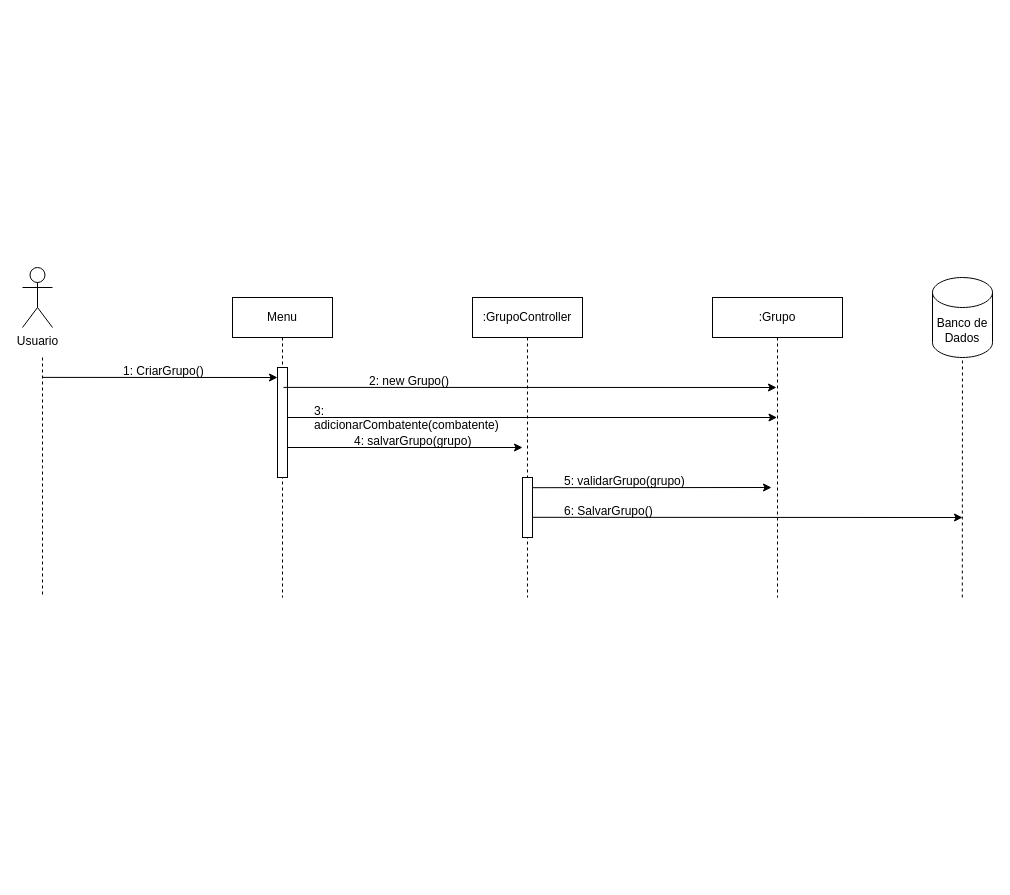
Earlier version of the draw.io diagram Diagramas - Entrega 1/Diagramas de Sequência/Diagrama_sequência_criar_grupo.drawio.xml (vaniacourses/trabalho-pratico-time-rpg). Source tidied: cells renumbered, new cells numbered last; positions are measured from the earlier drawing's top-left corner, leaving out a move shared by most shapes. Both pictures are drawn from the tidied source at 100%, with x=0, y=0 at pixel (22, 267).
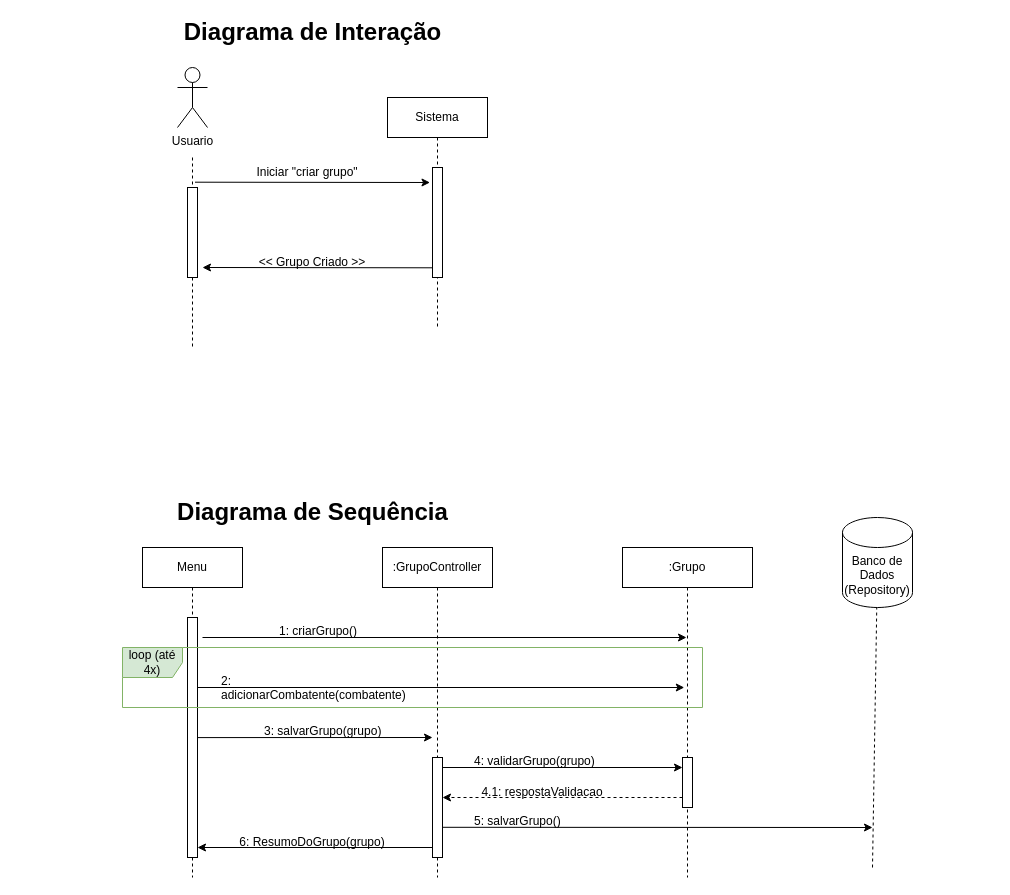
After the change.

Change to the diagram source:
```diff
@@
-    <mxCell id="2" style="edgeStyle=elbowEdgeStyle;rounded=0;jettySize=auto;html=1;elbow=vertical;curved=0;" parent="1" edge="1" target="7">
+    <mxCell id="2" style="edgeStyle=elbowEdgeStyle;rounded=0;orthogonalLoop=1;jettySize=auto;html=1;elbow=vertical;curved=0;" parent="1" edge="1">
       <mxGeometry relative="1" as="geometry">
-        <mxPoint x="261" y="150" as="sourcePoint" />
+        <mxPoint x="168.2" y="420" as="sourcePoint" />
+        <mxPoint x="661.8" y="419.9" as="targetPoint" />
       </mxGeometry>
     </mxCell>
     <mxCell id="3" value=":GrupoController" style="shape=umlLifeline;perimeter=lifelinePerimeter;whiteSpace=wrap;html=1;newEdgeStyle={&quot;edgeStyle&quot;:&quot;elbowEdgeStyle&quot;,&quot;elbow&quot;:&quot;vertical&quot;,&quot;curved&quot;:0,&quot;rounded&quot;:0};" parent="1" vertex="1">
-      <mxGeometry x="450" y="30" width="110" height="300" as="geometry" />
+      <mxGeometry x="360" y="280" width="110" height="330" as="geometry" />
     </mxCell>
     <mxCell id="4" style="html=1;points=[];perimeter=orthogonalPerimeter;outlineConnect=0;targetShapes=umlLifeline;portConstraint=eastwest;newEdgeStyle={&quot;edgeStyle&quot;:&quot;elbowEdgeStyle&quot;,&quot;elbow&quot;:&quot;vertical&quot;,&quot;curved&quot;:0,&quot;rounded&quot;:0};" parent="3" vertex="1">
-      <mxGeometry x="50" y="180" width="10" height="60" as="geometry" />
+      <mxGeometry x="50" y="210" width="10" height="100" as="geometry" />
     </mxCell>
     <mxCell id="5" value="Menu" style="shape=umlLifeline;perimeter=lifelinePerimeter;whiteSpace=wrap;html=1;newEdgeStyle={&quot;edgeStyle&quot;:&quot;elbowEdgeStyle&quot;,&quot;elbow&quot;:&quot;vertical&quot;,&quot;curved&quot;:0,&quot;rounded&quot;:0};" parent="1" vertex="1">
-      <mxGeometry x="210" y="30" width="100" height="300" as="geometry" />
+      <mxGeometry x="120" y="280" width="100" height="330" as="geometry" />
     </mxCell>
     <mxCell id="6" style="html=1;points=[];perimeter=orthogonalPerimeter;outlineConnect=0;targetShapes=umlLifeline;portConstraint=eastwest;newEdgeStyle={&quot;edgeStyle&quot;:&quot;elbowEdgeStyle&quot;,&quot;elbow&quot;:&quot;vertical&quot;,&quot;curved&quot;:0,&quot;rounded&quot;:0};" parent="5" vertex="1">
-      <mxGeometry x="45" y="70" width="10" height="110" as="geometry" />
+      <mxGeometry x="45" y="70" width="10" height="240" as="geometry" />
     </mxCell>
     <mxCell id="7" value=":Grupo" style="shape=umlLifeline;perimeter=lifelinePerimeter;whiteSpace=wrap;html=1;outlineConnect=0;portConstraint=eastwest;newEdgeStyle={&quot;edgeStyle&quot;:&quot;elbowEdgeStyle&quot;,&quot;elbow&quot;:&quot;vertical&quot;,&quot;curved&quot;:0,&quot;rounded&quot;:0};" parent="1" vertex="1">
-      <mxGeometry x="690" y="30" width="130" height="300" as="geometry" />
+      <mxGeometry x="600" y="280" width="130" height="330" as="geometry" />
     </mxCell>
+    <mxCell id="23" style="html=1;perimeter=orthogonalPerimeter;targetShapes=umlLifeline;newEdgeStyle={&quot;edgeStyle&quot;:&quot;elbowEdgeStyle&quot;,&quot;elbow&quot;:&quot;vertical&quot;,&quot;curved&quot;:0,&quot;rounded&quot;:0};" parent="7" vertex="1">
+      <mxGeometry x="60" y="210" width="10" height="50" as="geometry" />
+    </mxCell>
     <mxCell id="8" value="Usuario" style="shape=umlActor;verticalLabelPosition=bottom;verticalAlign=top;html=1;" parent="1" vertex="1">
-      <mxGeometry width="30" height="60" as="geometry" />
+      <mxGeometry x="155" y="-200" width="30" height="60" as="geometry" />
     </mxCell>
-    <mxCell id="9" style="endArrow=none;dashed=1;endFill=0;endSize=12;html=1;rounded=0;startFill=0;" parent="1" edge="1">
-      <mxGeometry relative="1" as="geometry">
-        <mxPoint x="20" y="90" as="sourcePoint" />
-        <mxPoint x="20" y="330" as="targetPoint" />
-        <Array as="points">
-          <mxPoint x="20" y="200" />
-        </Array>
-      </mxGeometry>
-    </mxCell>
-    <mxCell id="10" value="2: new Grupo()" style="text;whiteSpace=wrap;html=1;" parent="1" vertex="1">
-      <mxGeometry x="345" y="100" width="90" height="40" as="geometry" />
+    <mxCell id="10" value="1: criarGrupo()" style="text;whiteSpace=wrap;html=1;" parent="1" vertex="1">
+      <mxGeometry x="255" y="350" width="90" height="40" as="geometry" />
     </mxCell>
-    <mxCell id="11" value="3: adicionarCombatente(combatente)" style="text;whiteSpace=wrap;html=1;" parent="1" vertex="1">
-      <mxGeometry x="290" y="130" width="200" height="40" as="geometry" />
+    <mxCell id="11" value="2: adicionarCombatente(combatente)" style="text;whiteSpace=wrap;html=1;" parent="1" vertex="1">
+      <mxGeometry x="197.2" y="400" width="200" height="40" as="geometry" />
     </mxCell>
-    <mxCell id="12" style="edgeStyle=elbowEdgeStyle;rounded=0;jettySize=auto;html=1;elbow=vertical;curved=0;" parent="1" edge="1" source="6">
+    <mxCell id="12" style="edgeStyle=elbowEdgeStyle;rounded=0;orthogonalLoop=1;jettySize=auto;html=1;elbow=vertical;curved=0;" parent="1" edge="1">
       <mxGeometry relative="1" as="geometry">
-        <mxPoint x="500" y="180" as="targetPoint" />
+        <mxPoint x="175" y="470.1" as="sourcePoint" />
+        <mxPoint x="410" y="470" as="targetPoint" />
       </mxGeometry>
     </mxCell>
-    <mxCell id="13" value="4: salvarGrupo(grupo)" style="text;whiteSpace=wrap;html=1;" parent="1" vertex="1">
-      <mxGeometry x="330" y="160" width="120" height="40" as="geometry" />
+    <mxCell id="13" value="3: salvarGrupo(grupo)" style="text;whiteSpace=wrap;html=1;" parent="1" vertex="1">
+      <mxGeometry x="240" y="450" width="120" height="40" as="geometry" />
     </mxCell>
     <mxCell id="14" style="edgeStyle=elbowEdgeStyle;rounded=0;orthogonalLoop=1;jettySize=auto;html=1;elbow=vertical;curved=0;" parent="1" edge="1">
       <mxGeometry relative="1" as="geometry">
-        <mxPoint x="510" y="220.2" as="sourcePoint" />
-        <mxPoint x="749" y="220.2" as="targetPoint" />
+        <mxPoint x="410.5" y="580" as="sourcePoint" />
+        <mxPoint x="175" y="579.9" as="targetPoint" />
       </mxGeometry>
     </mxCell>
-    <mxCell id="15" value="5: validarGrupo(grupo)" style="text;whiteSpace=wrap;html=1;" parent="1" vertex="1">
-      <mxGeometry x="540" y="200" width="160" height="20" as="geometry" />
+    <mxCell id="15" value="4: validarGrupo(grupo)" style="text;whiteSpace=wrap;html=1;" parent="1" vertex="1">
+      <mxGeometry x="450" y="480" width="160" height="20" as="geometry" />
     </mxCell>
     <mxCell id="16" style="edgeStyle=elbowEdgeStyle;rounded=0;orthogonalLoop=1;jettySize=auto;html=1;elbow=vertical;curved=0;" parent="1" edge="1">
       <mxGeometry relative="1" as="geometry">
-        <mxPoint x="261" y="119.9" as="sourcePoint" />
-        <mxPoint x="754" y="119.9" as="targetPoint" />
+        <mxPoint x="180" y="370" as="sourcePoint" />
+        <mxPoint x="664" y="369.9" as="targetPoint" />
       </mxGeometry>
     </mxCell>
     <mxCell id="17" style="edgeStyle=elbowEdgeStyle;rounded=0;orthogonalLoop=1;jettySize=auto;html=1;elbow=vertical;curved=0;" parent="1" edge="1">
       <mxGeometry relative="1" as="geometry">
-        <mxPoint x="510" y="249.8" as="sourcePoint" />
-        <mxPoint x="940" y="250" as="targetPoint" />
+        <mxPoint x="420" y="559.8" as="sourcePoint" />
+        <mxPoint x="850" y="560" as="targetPoint" />
       </mxGeometry>
     </mxCell>
-    <mxCell id="18" value="6: SalvarGrupo()" style="text;whiteSpace=wrap;html=1;" parent="1" vertex="1">
-      <mxGeometry x="540" y="230" width="160" height="20" as="geometry" />
+    <mxCell id="18" value="5: salvarGrupo()" style="text;whiteSpace=wrap;html=1;" parent="1" vertex="1">
+      <mxGeometry x="450" y="540" width="160" height="20" as="geometry" />
     </mxCell>
-    <mxCell id="19" value="Banco de Dados" style="shape=cylinder3;whiteSpace=wrap;html=1;boundedLbl=1;backgroundOutline=1;size=15;" parent="1" vertex="1">
-      <mxGeometry x="910" y="10" width="60" height="80" as="geometry" />
+    <mxCell id="19" value="Banco de Dados&lt;div&gt;(Repository)&lt;/div&gt;" style="shape=cylinder3;whiteSpace=wrap;html=1;boundedLbl=1;backgroundOutline=1;size=15;" parent="1" vertex="1">
+      <mxGeometry x="820" y="250" width="70" height="90" as="geometry" />
     </mxCell>
     <mxCell id="20" style="endArrow=none;dashed=1;html=1;rounded=0;" parent="1" edge="1" target="19">
       <mxGeometry relative="1" as="geometry">
-        <mxPoint x="939.8" y="330" as="sourcePoint" />
+        <mxPoint x="850" y="600" as="sourcePoint" />
       </mxGeometry>
     </mxCell>
-    <mxCell id="21" value="1: CriarGrupo()" style="text;whiteSpace=wrap;html=1;" parent="1" vertex="1">
-      <mxGeometry x="99" y="90" width="191" height="40" as="geometry" />
-    </mxCell>
-    <mxCell id="22" style="edgeStyle=elbowEdgeStyle;rounded=0;orthogonalLoop=1;jettySize=auto;html=1;elbow=vertical;curved=0;" parent="1" edge="1">
-      <mxGeometry relative="1" as="geometry">
-        <mxPoint x="20" y="109.9" as="sourcePoint" />
-        <mxPoint x="255" y="109.9" as="targetPoint" />
-      </mxGeometry>
-    </mxCell>
+    <mxCell id="24" value="loop (até 4x)" style="shape=umlFrame;whiteSpace=wrap;html=1;fillColor=#d5e8d4;strokeColor=#82b366;" parent="1" vertex="1">
+      <mxGeometry x="100" y="380" width="580" height="60" as="geometry" />
+    </mxCell>
+    <mxCell id="25" style="edgeStyle=elbowEdgeStyle;rounded=0;jettySize=auto;html=1;elbow=vertical;curved=0;" parent="1" edge="1" source="4">
+      <mxGeometry relative="1" as="geometry">
+        <mxPoint x="660" y="500" as="targetPoint" />
+      </mxGeometry>
+    </mxCell>
+    <mxCell id="26" value="6: ResumoDoGrupo(grupo)" style="text;html=1;align=center;verticalAlign=middle;whiteSpace=wrap;rounded=0;" parent="1" vertex="1">
+      <mxGeometry x="210" y="560" width="160" height="30" as="geometry" />
+    </mxCell>
+    <mxCell id="27" value="Sistema" style="shape=umlLifeline;perimeter=lifelinePerimeter;whiteSpace=wrap;html=1;newEdgeStyle={&quot;edgeStyle&quot;:&quot;elbowEdgeStyle&quot;,&quot;elbow&quot;:&quot;vertical&quot;,&quot;curved&quot;:0,&quot;rounded&quot;:0};" parent="1" vertex="1">
+      <mxGeometry x="365" y="-170" width="100" height="230" as="geometry" />
+    </mxCell>
+    <mxCell id="28" style="html=1;perimeter=orthogonalPerimeter;targetShapes=umlLifeline;newEdgeStyle={&quot;edgeStyle&quot;:&quot;elbowEdgeStyle&quot;,&quot;elbow&quot;:&quot;vertical&quot;,&quot;curved&quot;:0,&quot;rounded&quot;:0};" parent="27" vertex="1">
+      <mxGeometry x="45" y="70" width="10" height="110" as="geometry" />
+    </mxCell>
+    <mxCell id="29" style="edgeStyle=elbowEdgeStyle;rounded=0;orthogonalLoop=1;jettySize=auto;html=1;elbow=vertical;curved=0;" parent="1" edge="1">
+      <mxGeometry relative="1" as="geometry">
+        <mxPoint x="172.5" y="-85.3" as="sourcePoint" />
+        <mxPoint x="407.5" y="-85.4" as="targetPoint" />
+      </mxGeometry>
+    </mxCell>
+    <mxCell id="30" value="Iniciar &quot;criar grupo&quot;" style="text;html=1;align=center;verticalAlign=middle;whiteSpace=wrap;rounded=0;" parent="1" vertex="1">
+      <mxGeometry x="220" y="-110" width="130" height="30" as="geometry" />
+    </mxCell>
+    <mxCell id="31" style="edgeStyle=elbowEdgeStyle;rounded=0;orthogonalLoop=1;jettySize=auto;html=1;elbow=vertical;curved=0;" parent="1" edge="1">
+      <mxGeometry relative="1" as="geometry">
+        <mxPoint x="410" y="0.3" as="sourcePoint" />
+        <mxPoint x="180" as="targetPoint" />
+      </mxGeometry>
+    </mxCell>
+    <mxCell id="32" value="&amp;lt;&amp;lt; Grupo Criado &amp;gt;&amp;gt;" style="text;html=1;align=center;verticalAlign=middle;whiteSpace=wrap;rounded=0;" parent="1" vertex="1">
+      <mxGeometry x="225" y="-20" width="130" height="30" as="geometry" />
+    </mxCell>
+    <mxCell id="33" value="Diagrama de Interação" style="text;strokeColor=none;fillColor=none;html=1;fontSize=24;fontStyle=1;verticalAlign=middle;align=center;" parent="1" vertex="1">
+      <mxGeometry x="145" y="-250" width="290" height="30" as="geometry" />
+    </mxCell>
+    <mxCell id="34" value="Diagrama de Sequência" style="text;strokeColor=none;fillColor=none;html=1;fontSize=24;fontStyle=1;verticalAlign=middle;align=center;" parent="1" vertex="1">
+      <mxGeometry x="145" y="230" width="290" height="30" as="geometry" />
+    </mxCell>
+    <mxCell id="35" style="endArrow=none;dashed=1;endFill=0;endSize=12;html=1;rounded=0;startFill=0;" parent="1" edge="1">
+      <mxGeometry relative="1" as="geometry">
+        <mxPoint x="170" y="-110" as="sourcePoint" />
+        <mxPoint x="170" y="80" as="targetPoint" />
+        <Array as="points">
+          <mxPoint x="170" y="-10" />
+        </Array>
+      </mxGeometry>
+    </mxCell>
+    <mxCell id="36" style="html=1;perimeter=orthogonalPerimeter;targetShapes=umlLifeline;newEdgeStyle={&quot;edgeStyle&quot;:&quot;elbowEdgeStyle&quot;,&quot;elbow&quot;:&quot;vertical&quot;,&quot;curved&quot;:0,&quot;rounded&quot;:0};" parent="1" vertex="1">
+      <mxGeometry x="165" y="-80" width="10" height="90" as="geometry" />
+    </mxCell>
+    <mxCell id="37" style="edgeStyle=elbowEdgeStyle;rounded=0;jettySize=auto;html=1;elbow=vertical;curved=0;dashed=1;" parent="1" edge="1" target="4">
+      <mxGeometry relative="1" as="geometry">
+        <mxPoint x="660" y="530" as="sourcePoint" />
+      </mxGeometry>
+    </mxCell>
+    <mxCell id="38" value="4.1: respostaValidacao" style="text;html=1;align=center;verticalAlign=middle;whiteSpace=wrap;rounded=0;" parent="1" vertex="1">
+      <mxGeometry x="440" y="510" width="160" height="30" as="geometry" />
+    </mxCell>
```
